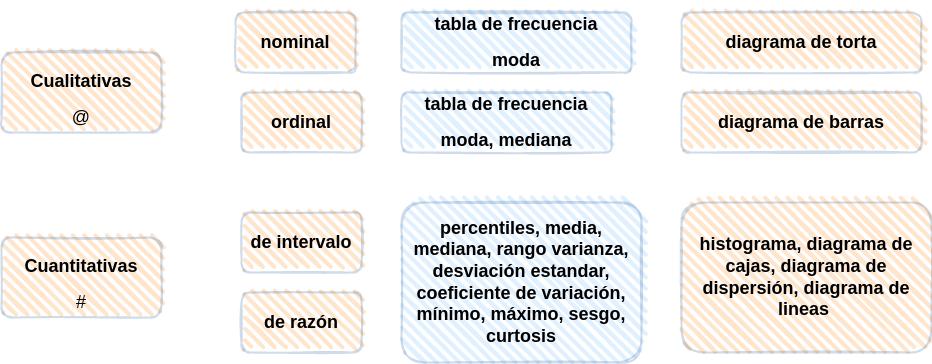
Above: inst/tutorials/tutorialU102/images/mapa_conceptual.png in dgonxalex80/paqueteNIV (draw.io), before the change. Source tidied: cells renumbered, new cells last; positions are measured from the earlier drawing's top-left corner, leaving out a move shared by most shapes. The source it was exported from:
```xml
<mxGraphModel>
  <root>
    <mxCell id="0" />
    <mxCell id="1" parent="0" />
    <mxCell id="2" value="&lt;h3&gt;&lt;font style=&quot;font-size: 18px;&quot;&gt;Cualitativas&lt;/font&gt;&lt;/h3&gt;&lt;div&gt;&lt;font style=&quot;font-size: 18px;&quot;&gt;@&lt;/font&gt;&lt;/div&gt;" style="rounded=1;whiteSpace=wrap;html=1;strokeWidth=2;fillWeight=4;hachureGap=8;hachureAngle=45;fillColor=#FF7F00;sketch=1;strokeColor=#034A94;opacity=20;" parent="1" vertex="1">
      <mxGeometry y="40" width="160" height="80" as="geometry" />
    </mxCell>
    <mxCell id="3" value="&lt;h3&gt;&lt;font style=&quot;font-size: 18px;&quot;&gt;Cuantitativas&lt;/font&gt;&lt;/h3&gt;&lt;div&gt;&lt;font style=&quot;font-size: 18px;&quot;&gt;#&lt;/font&gt;&lt;/div&gt;" style="rounded=1;whiteSpace=wrap;html=1;strokeWidth=2;fillWeight=4;hachureGap=8;hachureAngle=45;fillColor=#FF7F00;sketch=1;strokeColor=#034A94;opacity=20;" parent="1" vertex="1">
      <mxGeometry y="225" width="160" height="80" as="geometry" />
    </mxCell>
    <mxCell id="4" value="&lt;h3&gt;&lt;font style=&quot;font-size: 18px;&quot;&gt;nominal&lt;/font&gt;&lt;/h3&gt;" style="rounded=1;whiteSpace=wrap;html=1;strokeWidth=2;fillWeight=4;hachureGap=8;hachureAngle=45;fillColor=#FF7F00;sketch=1;strokeColor=#034A94;opacity=20;" parent="1" vertex="1">
      <mxGeometry x="234" width="120" height="60" as="geometry" />
    </mxCell>
    <mxCell id="5" value="&lt;h3&gt;&lt;font style=&quot;font-size: 18px;&quot;&gt;ordinal&lt;/font&gt;&lt;/h3&gt;" style="rounded=1;whiteSpace=wrap;html=1;strokeWidth=2;fillWeight=4;hachureGap=8;hachureAngle=45;fillColor=#FF7F00;sketch=1;strokeColor=#034A94;opacity=20;" parent="1" vertex="1">
      <mxGeometry x="240" y="80" width="120" height="60" as="geometry" />
    </mxCell>
    <mxCell id="6" value="&lt;h3&gt;&lt;font style=&quot;font-size: 18px;&quot;&gt;de intervalo&lt;/font&gt;&lt;/h3&gt;" style="rounded=1;whiteSpace=wrap;html=1;strokeWidth=2;fillWeight=4;hachureGap=8;hachureAngle=45;fillColor=#FF7F00;sketch=1;strokeColor=#034A94;opacity=20;" parent="1" vertex="1">
      <mxGeometry x="240" y="200" width="120" height="60" as="geometry" />
    </mxCell>
    <mxCell id="7" value="&lt;h3&gt;&lt;font style=&quot;font-size: 18px;&quot;&gt;de razón&lt;/font&gt;&lt;/h3&gt;" style="rounded=1;whiteSpace=wrap;html=1;strokeWidth=2;fillWeight=4;hachureGap=8;hachureAngle=45;fillColor=#FF7F00;sketch=1;strokeColor=#034A94;opacity=20;" parent="1" vertex="1">
      <mxGeometry x="240" y="280" width="120" height="60" as="geometry" />
    </mxCell>
    <mxCell id="8" value="&lt;h3&gt;&lt;span style=&quot;font-size: 18px;&quot;&gt;tabla de frecuencia&lt;/span&gt;&lt;/h3&gt;&lt;h3&gt;&lt;span style=&quot;font-size: 18px;&quot;&gt;moda&lt;/span&gt;&lt;/h3&gt;" style="rounded=1;whiteSpace=wrap;html=1;strokeWidth=2;fillWeight=4;hachureGap=8;hachureAngle=45;fillColor=#66B2FF;sketch=1;strokeColor=#034A94;opacity=20;" parent="1" vertex="1">
      <mxGeometry x="400" width="230" height="60" as="geometry" />
    </mxCell>
    <mxCell id="9" value="&lt;h3&gt;&lt;span style=&quot;font-size: 18px;&quot;&gt;tabla de frecuencia&lt;/span&gt;&lt;/h3&gt;&lt;h3&gt;&lt;span style=&quot;font-size: 18px;&quot;&gt;moda, mediana&lt;/span&gt;&lt;/h3&gt;" style="rounded=1;whiteSpace=wrap;html=1;strokeWidth=2;fillWeight=4;hachureGap=8;hachureAngle=45;fillColor=#66B2FF;sketch=1;strokeColor=#034A94;opacity=20;" parent="1" vertex="1">
      <mxGeometry x="400" y="80" width="210" height="60" as="geometry" />
    </mxCell>
    <mxCell id="10" value="&lt;h3&gt;&lt;span style=&quot;font-size: 18px;&quot;&gt;percentiles, media, mediana, rango varianza, desviación estandar, coeficiente de variación, mínimo, máximo, sesgo, curtosis&lt;/span&gt;&lt;/h3&gt;" style="rounded=1;whiteSpace=wrap;html=1;strokeWidth=2;fillWeight=4;hachureGap=8;hachureAngle=45;fillColor=#66B2FF;sketch=1;strokeColor=#034A94;opacity=20;" parent="1" vertex="1">
      <mxGeometry x="400" y="190" width="240" height="160" as="geometry" />
    </mxCell>
    <mxCell id="11" value="&lt;h3&gt;&lt;span style=&quot;font-size: 18px;&quot;&gt;diagrama de torta&lt;/span&gt;&lt;/h3&gt;" style="rounded=1;whiteSpace=wrap;html=1;strokeWidth=2;fillWeight=4;hachureGap=8;hachureAngle=45;fillColor=#FF7F00;sketch=1;strokeColor=#034A94;opacity=20;" parent="1" vertex="1">
      <mxGeometry x="680" width="240" height="60" as="geometry" />
    </mxCell>
    <mxCell id="12" value="&lt;h3&gt;&lt;span style=&quot;font-size: 18px;&quot;&gt;diagrama de barras&lt;/span&gt;&lt;/h3&gt;" style="rounded=1;whiteSpace=wrap;html=1;strokeWidth=2;fillWeight=4;hachureGap=8;hachureAngle=45;fillColor=#FF7F00;sketch=1;strokeColor=#034A94;opacity=20;" parent="1" vertex="1">
      <mxGeometry x="680" y="80" width="240" height="60" as="geometry" />
    </mxCell>
    <mxCell id="13" value="&lt;h3&gt;&lt;span style=&quot;font-size: 18px;&quot;&gt;histograma, diagrama de cajas, diagrama de dispersión, diagrama de lineas&amp;nbsp;&lt;/span&gt;&lt;/h3&gt;" style="rounded=1;whiteSpace=wrap;html=1;strokeWidth=2;fillWeight=4;hachureGap=8;hachureAngle=45;fillColor=#FF7F00;sketch=1;strokeColor=#034A94;opacity=20;" parent="1" vertex="1">
      <mxGeometry x="680" y="190" width="250" height="150" as="geometry" />
    </mxCell>
  </root>
</mxGraphModel>
```
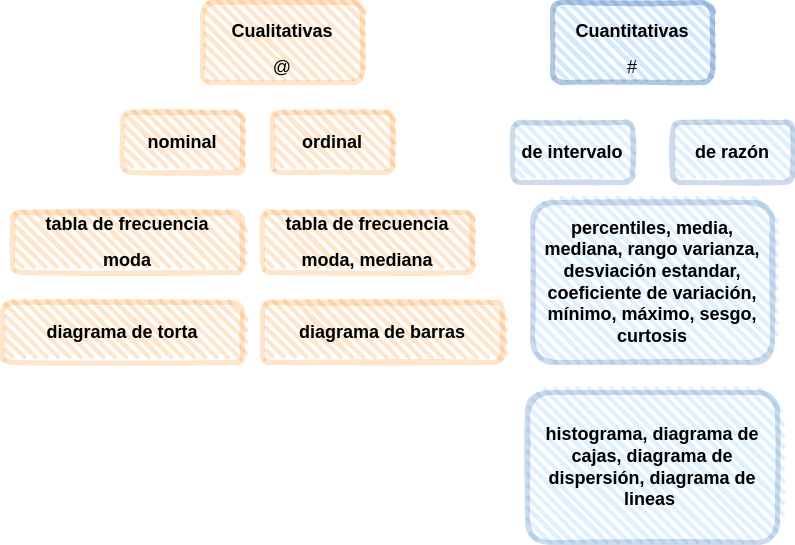
Later version of the same file.

What changed in the source:
```diff
@@ -2,41 +2,41 @@
   <root>
     <mxCell id="0" />
     <mxCell id="1" parent="0" />
-    <mxCell id="2" value="&lt;h3&gt;&lt;font style=&quot;font-size: 18px;&quot;&gt;Cualitativas&lt;/font&gt;&lt;/h3&gt;&lt;div&gt;&lt;font style=&quot;font-size: 18px;&quot;&gt;@&lt;/font&gt;&lt;/div&gt;" style="rounded=1;whiteSpace=wrap;html=1;strokeWidth=2;fillWeight=4;hachureGap=8;hachureAngle=45;fillColor=#FF7F00;sketch=1;strokeColor=#034A94;opacity=20;" parent="1" vertex="1">
-      <mxGeometry y="40" width="160" height="80" as="geometry" />
+    <mxCell id="2" value="&lt;h3&gt;&lt;font style=&quot;font-size: 18px;&quot;&gt;Cualitativas&lt;/font&gt;&lt;/h3&gt;&lt;div&gt;&lt;font style=&quot;font-size: 18px;&quot;&gt;@&lt;/font&gt;&lt;/div&gt;" style="rounded=1;whiteSpace=wrap;html=1;strokeWidth=5;fillWeight=4;hachureGap=8;hachureAngle=45;fillColor=#FF7F00;sketch=1;strokeColor=#FF7F00;opacity=20;gradientColor=none;" parent="1" vertex="1">
+      <mxGeometry x="170" y="-170" width="160" height="80" as="geometry" />
     </mxCell>
-    <mxCell id="3" value="&lt;h3&gt;&lt;font style=&quot;font-size: 18px;&quot;&gt;Cuantitativas&lt;/font&gt;&lt;/h3&gt;&lt;div&gt;&lt;font style=&quot;font-size: 18px;&quot;&gt;#&lt;/font&gt;&lt;/div&gt;" style="rounded=1;whiteSpace=wrap;html=1;strokeWidth=2;fillWeight=4;hachureGap=8;hachureAngle=45;fillColor=#FF7F00;sketch=1;strokeColor=#034A94;opacity=20;" parent="1" vertex="1">
-      <mxGeometry y="225" width="160" height="80" as="geometry" />
+    <mxCell id="3" value="&lt;h3&gt;&lt;font style=&quot;font-size: 18px;&quot;&gt;Cuantitativas&lt;/font&gt;&lt;/h3&gt;&lt;div&gt;&lt;font style=&quot;font-size: 18px;&quot;&gt;#&lt;/font&gt;&lt;/div&gt;" style="rounded=1;whiteSpace=wrap;html=1;strokeWidth=5;fillWeight=4;hachureGap=8;hachureAngle=45;fillColor=#66B2FF;sketch=1;strokeColor=#034A94;opacity=30;" parent="1" vertex="1">
+      <mxGeometry x="520" y="-170" width="160" height="80" as="geometry" />
     </mxCell>
-    <mxCell id="4" value="&lt;h3&gt;&lt;font style=&quot;font-size: 18px;&quot;&gt;nominal&lt;/font&gt;&lt;/h3&gt;" style="rounded=1;whiteSpace=wrap;html=1;strokeWidth=2;fillWeight=4;hachureGap=8;hachureAngle=45;fillColor=#FF7F00;sketch=1;strokeColor=#034A94;opacity=20;" parent="1" vertex="1">
-      <mxGeometry x="234" width="120" height="60" as="geometry" />
+    <mxCell id="4" value="&lt;h3&gt;&lt;font style=&quot;font-size: 18px;&quot;&gt;nominal&lt;/font&gt;&lt;/h3&gt;" style="rounded=1;whiteSpace=wrap;html=1;strokeWidth=5;fillWeight=4;hachureGap=8;hachureAngle=45;fillColor=#FF7F00;sketch=1;strokeColor=#FF7F00;opacity=20;gradientColor=none;" parent="1" vertex="1">
+      <mxGeometry x="90" y="-60" width="120" height="60" as="geometry" />
     </mxCell>
-    <mxCell id="5" value="&lt;h3&gt;&lt;font style=&quot;font-size: 18px;&quot;&gt;ordinal&lt;/font&gt;&lt;/h3&gt;" style="rounded=1;whiteSpace=wrap;html=1;strokeWidth=2;fillWeight=4;hachureGap=8;hachureAngle=45;fillColor=#FF7F00;sketch=1;strokeColor=#034A94;opacity=20;" parent="1" vertex="1">
-      <mxGeometry x="240" y="80" width="120" height="60" as="geometry" />
+    <mxCell id="5" value="&lt;h3&gt;&lt;font style=&quot;font-size: 18px;&quot;&gt;ordinal&lt;/font&gt;&lt;/h3&gt;" style="rounded=1;whiteSpace=wrap;html=1;strokeWidth=5;fillWeight=4;hachureGap=8;hachureAngle=45;fillColor=#FF7F00;sketch=1;strokeColor=#FF7F00;opacity=20;gradientColor=none;" parent="1" vertex="1">
+      <mxGeometry x="240" y="-60" width="120" height="60" as="geometry" />
     </mxCell>
-    <mxCell id="6" value="&lt;h3&gt;&lt;font style=&quot;font-size: 18px;&quot;&gt;de intervalo&lt;/font&gt;&lt;/h3&gt;" style="rounded=1;whiteSpace=wrap;html=1;strokeWidth=2;fillWeight=4;hachureGap=8;hachureAngle=45;fillColor=#FF7F00;sketch=1;strokeColor=#034A94;opacity=20;" parent="1" vertex="1">
-      <mxGeometry x="240" y="200" width="120" height="60" as="geometry" />
+    <mxCell id="6" value="&lt;h3&gt;&lt;font style=&quot;font-size: 18px;&quot;&gt;de intervalo&lt;/font&gt;&lt;/h3&gt;" style="rounded=1;whiteSpace=wrap;html=1;strokeWidth=5;fillWeight=4;hachureGap=8;hachureAngle=45;fillColor=#66B2FF;sketch=1;strokeColor=#034A94;opacity=20;" parent="1" vertex="1">
+      <mxGeometry x="480" y="-50" width="120" height="60" as="geometry" />
     </mxCell>
-    <mxCell id="7" value="&lt;h3&gt;&lt;font style=&quot;font-size: 18px;&quot;&gt;de razón&lt;/font&gt;&lt;/h3&gt;" style="rounded=1;whiteSpace=wrap;html=1;strokeWidth=2;fillWeight=4;hachureGap=8;hachureAngle=45;fillColor=#FF7F00;sketch=1;strokeColor=#034A94;opacity=20;" parent="1" vertex="1">
-      <mxGeometry x="240" y="280" width="120" height="60" as="geometry" />
+    <mxCell id="7" value="&lt;h3&gt;&lt;font style=&quot;font-size: 18px;&quot;&gt;de razón&lt;/font&gt;&lt;/h3&gt;" style="rounded=1;whiteSpace=wrap;html=1;strokeWidth=5;fillWeight=4;hachureGap=8;hachureAngle=45;fillColor=#66B2FF;sketch=1;strokeColor=#034A94;opacity=20;" parent="1" vertex="1">
+      <mxGeometry x="640" y="-50" width="120" height="60" as="geometry" />
     </mxCell>
-    <mxCell id="8" value="&lt;h3&gt;&lt;span style=&quot;font-size: 18px;&quot;&gt;tabla de frecuencia&lt;/span&gt;&lt;/h3&gt;&lt;h3&gt;&lt;span style=&quot;font-size: 18px;&quot;&gt;moda&lt;/span&gt;&lt;/h3&gt;" style="rounded=1;whiteSpace=wrap;html=1;strokeWidth=2;fillWeight=4;hachureGap=8;hachureAngle=45;fillColor=#66B2FF;sketch=1;strokeColor=#034A94;opacity=20;" parent="1" vertex="1">
-      <mxGeometry x="400" width="230" height="60" as="geometry" />
+    <mxCell id="8" value="&lt;h3&gt;&lt;span style=&quot;font-size: 18px;&quot;&gt;tabla de frecuencia&lt;/span&gt;&lt;/h3&gt;&lt;h3&gt;&lt;span style=&quot;font-size: 18px;&quot;&gt;moda&lt;/span&gt;&lt;/h3&gt;" style="rounded=1;whiteSpace=wrap;html=1;strokeWidth=5;fillWeight=4;hachureGap=8;hachureAngle=45;fillColor=#FF7F00;sketch=1;strokeColor=#FF7F00;opacity=20;gradientColor=none;" parent="1" vertex="1">
+      <mxGeometry x="-20" y="40" width="230" height="60" as="geometry" />
     </mxCell>
-    <mxCell id="9" value="&lt;h3&gt;&lt;span style=&quot;font-size: 18px;&quot;&gt;tabla de frecuencia&lt;/span&gt;&lt;/h3&gt;&lt;h3&gt;&lt;span style=&quot;font-size: 18px;&quot;&gt;moda, mediana&lt;/span&gt;&lt;/h3&gt;" style="rounded=1;whiteSpace=wrap;html=1;strokeWidth=2;fillWeight=4;hachureGap=8;hachureAngle=45;fillColor=#66B2FF;sketch=1;strokeColor=#034A94;opacity=20;" parent="1" vertex="1">
-      <mxGeometry x="400" y="80" width="210" height="60" as="geometry" />
+    <mxCell id="9" value="&lt;h3&gt;&lt;span style=&quot;font-size: 18px;&quot;&gt;tabla de frecuencia&lt;/span&gt;&lt;/h3&gt;&lt;h3&gt;&lt;span style=&quot;font-size: 18px;&quot;&gt;moda, mediana&lt;/span&gt;&lt;/h3&gt;" style="rounded=1;whiteSpace=wrap;html=1;strokeWidth=5;fillWeight=4;hachureGap=8;hachureAngle=45;fillColor=#FF7F00;sketch=1;strokeColor=#FF7F00;opacity=20;gradientColor=none;" parent="1" vertex="1">
+      <mxGeometry x="230" y="40" width="210" height="60" as="geometry" />
     </mxCell>
-    <mxCell id="10" value="&lt;h3&gt;&lt;span style=&quot;font-size: 18px;&quot;&gt;percentiles, media, mediana, rango varianza, desviación estandar, coeficiente de variación, mínimo, máximo, sesgo, curtosis&lt;/span&gt;&lt;/h3&gt;" style="rounded=1;whiteSpace=wrap;html=1;strokeWidth=2;fillWeight=4;hachureGap=8;hachureAngle=45;fillColor=#66B2FF;sketch=1;strokeColor=#034A94;opacity=20;" parent="1" vertex="1">
-      <mxGeometry x="400" y="190" width="240" height="160" as="geometry" />
+    <mxCell id="10" value="&lt;h3&gt;&lt;span style=&quot;font-size: 18px;&quot;&gt;percentiles, media, mediana, rango varianza, desviación estandar, coeficiente de variación, mínimo, máximo, sesgo, curtosis&lt;/span&gt;&lt;/h3&gt;" style="rounded=1;whiteSpace=wrap;html=1;strokeWidth=5;fillWeight=4;hachureGap=8;hachureAngle=45;fillColor=#66B2FF;sketch=1;strokeColor=#034A94;opacity=20;" parent="1" vertex="1">
+      <mxGeometry x="500" y="30" width="240" height="160" as="geometry" />
     </mxCell>
-    <mxCell id="11" value="&lt;h3&gt;&lt;span style=&quot;font-size: 18px;&quot;&gt;diagrama de torta&lt;/span&gt;&lt;/h3&gt;" style="rounded=1;whiteSpace=wrap;html=1;strokeWidth=2;fillWeight=4;hachureGap=8;hachureAngle=45;fillColor=#FF7F00;sketch=1;strokeColor=#034A94;opacity=20;" parent="1" vertex="1">
-      <mxGeometry x="680" width="240" height="60" as="geometry" />
+    <mxCell id="11" value="&lt;h3&gt;&lt;span style=&quot;font-size: 18px;&quot;&gt;diagrama de torta&lt;/span&gt;&lt;/h3&gt;" style="rounded=1;whiteSpace=wrap;html=1;strokeWidth=5;fillWeight=4;hachureGap=8;hachureAngle=45;fillColor=#FF7F00;sketch=1;strokeColor=#FF7F00;opacity=20;gradientColor=none;" parent="1" vertex="1">
+      <mxGeometry x="-30" y="130" width="240" height="60" as="geometry" />
     </mxCell>
-    <mxCell id="12" value="&lt;h3&gt;&lt;span style=&quot;font-size: 18px;&quot;&gt;diagrama de barras&lt;/span&gt;&lt;/h3&gt;" style="rounded=1;whiteSpace=wrap;html=1;strokeWidth=2;fillWeight=4;hachureGap=8;hachureAngle=45;fillColor=#FF7F00;sketch=1;strokeColor=#034A94;opacity=20;" parent="1" vertex="1">
-      <mxGeometry x="680" y="80" width="240" height="60" as="geometry" />
+    <mxCell id="12" value="&lt;h3&gt;&lt;span style=&quot;font-size: 18px;&quot;&gt;diagrama de barras&lt;/span&gt;&lt;/h3&gt;" style="rounded=1;whiteSpace=wrap;html=1;strokeWidth=5;fillWeight=4;hachureGap=8;hachureAngle=45;fillColor=#FF7F00;sketch=1;strokeColor=#FF7F00;opacity=20;gradientColor=none;" parent="1" vertex="1">
+      <mxGeometry x="230" y="130" width="240" height="60" as="geometry" />
     </mxCell>
-    <mxCell id="13" value="&lt;h3&gt;&lt;span style=&quot;font-size: 18px;&quot;&gt;histograma, diagrama de cajas, diagrama de dispersión, diagrama de lineas&amp;nbsp;&lt;/span&gt;&lt;/h3&gt;" style="rounded=1;whiteSpace=wrap;html=1;strokeWidth=2;fillWeight=4;hachureGap=8;hachureAngle=45;fillColor=#FF7F00;sketch=1;strokeColor=#034A94;opacity=20;" parent="1" vertex="1">
-      <mxGeometry x="680" y="190" width="250" height="150" as="geometry" />
+    <mxCell id="13" value="&lt;h3&gt;&lt;span style=&quot;font-size: 18px;&quot;&gt;histograma, diagrama de cajas, diagrama de dispersión, diagrama de lineas&amp;nbsp;&lt;/span&gt;&lt;/h3&gt;" style="rounded=1;whiteSpace=wrap;html=1;strokeWidth=5;fillWeight=4;hachureGap=8;hachureAngle=45;fillColor=#66B2FF;sketch=1;strokeColor=#034A94;opacity=20;" parent="1" vertex="1">
+      <mxGeometry x="495" y="220" width="250" height="150" as="geometry" />
     </mxCell>
   </root>
 </mxGraphModel>
```
